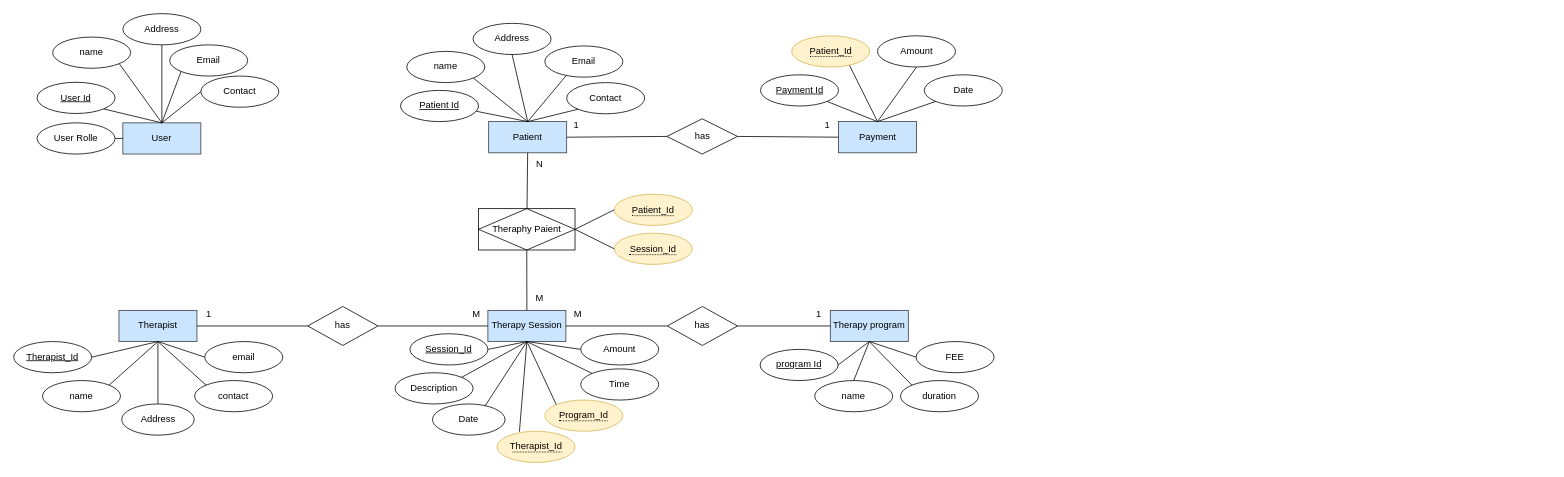
Earlier version of the draw.io diagram src/main/resources/ERDiagrem/Er For Hibernate.drawio (Dinuka0512/TheMentalTheraphyHelthFinal). Source tidied: cells renumbered, new cells numbered last; positions are measured from the earlier drawing's top-left corner, leaving out a move shared by most shapes. Both pictures are drawn from the tidied source at 78%, with x=0, y=0 at pixel (13, 13).
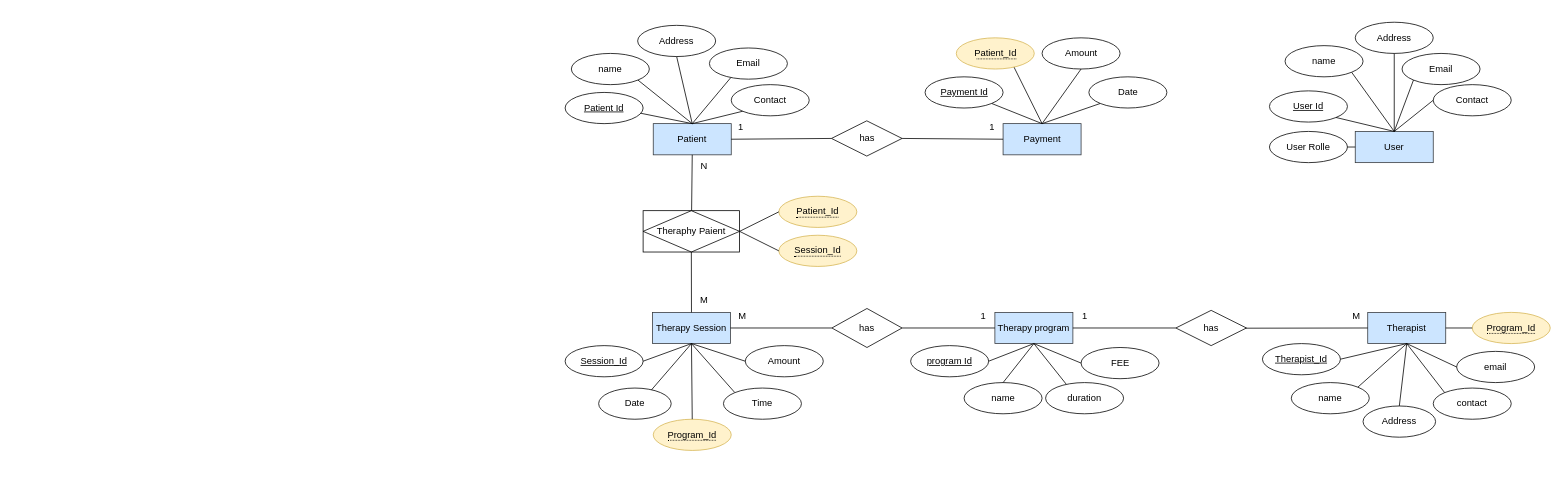
After the change.

Commit message (it also covers changes not shown here):
Changed the ER And Entity Classes

What changed in the source:
```diff
@@
     <mxCell id="2" value="User" style="whiteSpace=wrap;html=1;align=center;fillColor=#cce5ff;strokeColor=#36393d;" parent="1" vertex="1">
-      <mxGeometry x="140" y="140" width="100" height="40" as="geometry" />
+      <mxGeometry x="1720" y="151" width="100" height="40" as="geometry" />
     </mxCell>
     <mxCell id="3" value="name" style="ellipse;whiteSpace=wrap;html=1;align=center;" parent="1" vertex="1">
-      <mxGeometry x="50" y="30" width="100" height="40" as="geometry" />
+      <mxGeometry x="1630" y="41" width="100" height="40" as="geometry" />
     </mxCell>
     <mxCell id="4" value="Address" style="ellipse;whiteSpace=wrap;html=1;align=center;" parent="1" vertex="1">
-      <mxGeometry x="140" width="100" height="40" as="geometry" />
+      <mxGeometry x="1720" y="11" width="100" height="40" as="geometry" />
     </mxCell>
     <mxCell id="5" value="Email" style="ellipse;whiteSpace=wrap;html=1;align=center;" parent="1" vertex="1">
-      <mxGeometry x="200" y="40" width="100" height="40" as="geometry" />
+      <mxGeometry x="1780" y="51" width="100" height="40" as="geometry" />
     </mxCell>
     <mxCell id="6" value="Contact" style="ellipse;whiteSpace=wrap;html=1;align=center;" parent="1" vertex="1">
-      <mxGeometry x="240" y="80" width="100" height="40" as="geometry" />
+      <mxGeometry x="1820" y="91" width="100" height="40" as="geometry" />
     </mxCell>
     <mxCell id="7" value="User Id" style="ellipse;whiteSpace=wrap;html=1;align=center;fontStyle=4;" parent="1" vertex="1">
-      <mxGeometry x="30" y="88" width="100" height="40" as="geometry" />
+      <mxGeometry x="1610" y="99" width="100" height="40" as="geometry" />
     </mxCell>
@@
     <mxCell id="13" value="Patient" style="whiteSpace=wrap;html=1;align=center;fillColor=#cce5ff;strokeColor=#36393d;" parent="1" vertex="1">
-      <mxGeometry x="609" y="138.4" width="100" height="40" as="geometry" />
+      <mxGeometry x="820" y="141" width="100" height="40" as="geometry" />
     </mxCell>
     <mxCell id="14" value="name" style="ellipse;whiteSpace=wrap;html=1;align=center;" parent="1" vertex="1">
-      <mxGeometry x="504" y="48.4" width="100" height="40" as="geometry" />
+      <mxGeometry x="715" y="51" width="100" height="40" as="geometry" />
     </mxCell>
     <mxCell id="15" value="Address" style="ellipse;whiteSpace=wrap;html=1;align=center;" parent="1" vertex="1">
-      <mxGeometry x="589" y="12.4" width="100" height="40" as="geometry" />
+      <mxGeometry x="800" y="15" width="100" height="40" as="geometry" />
     </mxCell>
     <mxCell id="16" value="Email" style="ellipse;whiteSpace=wrap;html=1;align=center;" parent="1" vertex="1">
-      <mxGeometry x="681" y="41.4" width="100" height="40" as="geometry" />
+      <mxGeometry x="892" y="44" width="100" height="40" as="geometry" />
     </mxCell>
     <mxCell id="17" value="Contact" style="ellipse;whiteSpace=wrap;html=1;align=center;" parent="1" vertex="1">
-      <mxGeometry x="709" y="88.4" width="100" height="40" as="geometry" />
+      <mxGeometry x="920" y="91" width="100" height="40" as="geometry" />
     </mxCell>
     <mxCell id="18" value="Patient&amp;nbsp;Id" style="ellipse;whiteSpace=wrap;html=1;align=center;fontStyle=4;" parent="1" vertex="1">
-      <mxGeometry x="496" y="98.4" width="100" height="40" as="geometry" />
+      <mxGeometry x="707" y="101" width="100" height="40" as="geometry" />
     </mxCell>
@@
     <mxCell id="24" value="Therapy program" style="whiteSpace=wrap;html=1;align=center;fillColor=#cce5ff;strokeColor=#36393d;" parent="1" vertex="1">
-      <mxGeometry x="1047" y="380.4" width="100" height="40" as="geometry" />
+      <mxGeometry x="1258" y="383" width="100" height="40" as="geometry" />
     </mxCell>
     <mxCell id="25" value="program Id" style="ellipse;whiteSpace=wrap;html=1;align=center;fontStyle=4;" parent="1" vertex="1">
-      <mxGeometry x="957" y="430.4" width="100" height="40" as="geometry" />
+      <mxGeometry x="1150" y="425.6" width="100" height="40" as="geometry" />
     </mxCell>
     <mxCell id="26" value="name" style="ellipse;whiteSpace=wrap;html=1;align=center;" parent="1" vertex="1">
-      <mxGeometry x="1027" y="470.4" width="100" height="40" as="geometry" />
+      <mxGeometry x="1218.5" y="473" width="100" height="40" as="geometry" />
     </mxCell>
     <mxCell id="27" value="duration" style="ellipse;whiteSpace=wrap;html=1;align=center;" parent="1" vertex="1">
-      <mxGeometry x="1137" y="470.4" width="100" height="40" as="geometry" />
+      <mxGeometry x="1323" y="473" width="100" height="40" as="geometry" />
     </mxCell>
     <mxCell id="28" value="FEE" style="ellipse;whiteSpace=wrap;html=1;align=center;" parent="1" vertex="1">
-      <mxGeometry x="1157" y="420.4" width="100" height="40" as="geometry" />
+      <mxGeometry x="1368.5" y="428" width="100" height="40" as="geometry" />
     </mxCell>
@@
-    <mxCell id="31" style="endArrow=none;html=1;rounded=0;entryX=0.5;entryY=1;entryDx=0;entryDy=0;exitX=0;exitY=0;exitDx=0;exitDy=0;" parent="1" edge="1" source="27" target="24">
+    <mxCell id="31" style="endArrow=none;html=1;rounded=0;entryX=0.5;entryY=1;entryDx=0;entryDy=0;exitX=0.263;exitY=0.046;exitDx=0;exitDy=0;exitPerimeter=0;" parent="1" edge="1" source="27" target="24">
       <mxGeometry relative="1" as="geometry" />
     </mxCell>
@@
     <mxCell id="33" value="1" style="text;html=1;align=center;verticalAlign=middle;strokeColor=none;fillColor=none;" parent="1" vertex="1">
-      <mxGeometry x="706" y="128.4" width="30" height="30" as="geometry" />
+      <mxGeometry x="917" y="131" width="30" height="30" as="geometry" />
     </mxCell>
     <mxCell id="34" value="Therapist" style="whiteSpace=wrap;html=1;align=center;fillColor=#cce5ff;strokeColor=#36393d;" parent="1" vertex="1">
-      <mxGeometry x="135" y="380.4" width="100" height="40" as="geometry" />
+      <mxGeometry x="1736" y="383" width="100" height="40" as="geometry" />
     </mxCell>
     <mxCell id="35" value="Therapist_Id" style="ellipse;whiteSpace=wrap;html=1;align=center;fontStyle=4;" parent="1" vertex="1">
-      <mxGeometry y="420.4" width="100" height="40" as="geometry" />
+      <mxGeometry x="1601" y="423" width="100" height="40" as="geometry" />
     </mxCell>
     <mxCell id="36" value="name" style="ellipse;whiteSpace=wrap;html=1;align=center;" parent="1" vertex="1">
-      <mxGeometry x="37" y="470.4" width="100" height="40" as="geometry" />
+      <mxGeometry x="1638" y="473" width="100" height="40" as="geometry" />
     </mxCell>
     <mxCell id="37" value="Address" style="ellipse;whiteSpace=wrap;html=1;align=center;" parent="1" vertex="1">
-      <mxGeometry x="138.5" y="500.4" width="93" height="40" as="geometry" />
+      <mxGeometry x="1730" y="503" width="93" height="40" as="geometry" />
     </mxCell>
     <mxCell id="38" value="email" style="ellipse;whiteSpace=wrap;html=1;align=center;" parent="1" vertex="1">
-      <mxGeometry x="245" y="420.4" width="100" height="40" as="geometry" />
+      <mxGeometry x="1850" y="433" width="100" height="40" as="geometry" />
     </mxCell>
     <mxCell id="39" value="contact" style="ellipse;whiteSpace=wrap;html=1;align=center;" parent="1" vertex="1">
-      <mxGeometry x="232" y="470.4" width="100" height="40" as="geometry" />
+      <mxGeometry x="1820" y="480" width="100" height="40" as="geometry" />
     </mxCell>
@@
     <mxCell id="44" style="endArrow=none;html=1;rounded=0;entryX=1;entryY=0;entryDx=0;entryDy=0;" parent="1" edge="1" target="36">
       <mxGeometry relative="1" as="geometry">
-        <mxPoint x="185" y="420.4" as="sourcePoint" />
+        <mxPoint x="1786" y="423" as="sourcePoint" />
       </mxGeometry>
     </mxCell>
     <mxCell id="45" value="Payment" style="whiteSpace=wrap;html=1;align=center;fillColor=#cce5ff;strokeColor=#36393d;" parent="1" vertex="1">
-      <mxGeometry x="1057.5" y="138.4" width="100" height="40" as="geometry" />
+      <mxGeometry x="1268.5" y="141" width="100" height="40" as="geometry" />
     </mxCell>
     <mxCell id="46" value="Amount" style="ellipse;whiteSpace=wrap;html=1;align=center;" parent="1" vertex="1">
-      <mxGeometry x="1107.5" y="28.4" width="100" height="40" as="geometry" />
+      <mxGeometry x="1318.5" y="31" width="100" height="40" as="geometry" />
     </mxCell>
     <mxCell id="47" value="Date" style="ellipse;whiteSpace=wrap;html=1;align=center;" parent="1" vertex="1">
-      <mxGeometry x="1167.5" y="78.4" width="100" height="40" as="geometry" />
+      <mxGeometry x="1378.5" y="81" width="100" height="40" as="geometry" />
     </mxCell>
     <mxCell id="48" value="Payment Id" style="ellipse;whiteSpace=wrap;html=1;align=center;fontStyle=4;" parent="1" vertex="1">
-      <mxGeometry x="957.5" y="78.4" width="100" height="40" as="geometry" />
+      <mxGeometry x="1168.5" y="81" width="100" height="40" as="geometry" />
     </mxCell>
@@
     <mxCell id="53" value="&lt;span style=&quot;border-bottom: 1px dotted&quot;&gt;Patient_Id&lt;/span&gt;" style="ellipse;whiteSpace=wrap;html=1;align=center;fillColor=#fff2cc;strokeColor=#d6b656;" parent="1" vertex="1">
-      <mxGeometry x="997.5" y="28.4" width="100" height="40" as="geometry" />
+      <mxGeometry x="1208.5" y="31" width="100" height="40" as="geometry" />
     </mxCell>
@@
     <mxCell id="55" value="has" style="shape=rhombus;perimeter=rhombusPerimeter;whiteSpace=wrap;html=1;align=center;" parent="1" vertex="1">
-      <mxGeometry x="837.5" y="134.8" width="90.5" height="45.2" as="geometry" />
+      <mxGeometry x="1048.5" y="137.4" width="90.5" height="45.2" as="geometry" />
     </mxCell>
@@
     <mxCell id="57" value="1" style="text;html=1;align=center;verticalAlign=middle;strokeColor=none;fillColor=none;" parent="1" vertex="1">
-      <mxGeometry x="1027.5" y="128.4" width="30" height="30" as="geometry" />
+      <mxGeometry x="1238.5" y="131" width="30" height="30" as="geometry" />
     </mxCell>
     <mxCell id="58" value="User Rolle" style="ellipse;whiteSpace=wrap;html=1;align=center;" parent="1" vertex="1">
-      <mxGeometry x="30" y="140" width="100" height="40" as="geometry" />
+      <mxGeometry x="1610" y="151" width="100" height="40" as="geometry" />
     </mxCell>
@@
     <mxCell id="60" value="Therapy Session" style="whiteSpace=wrap;html=1;align=center;fillColor=#cce5ff;strokeColor=#36393d;" parent="1" vertex="1">
-      <mxGeometry x="608" y="380.4" width="100" height="40" as="geometry" />
+      <mxGeometry x="819" y="383" width="100" height="40" as="geometry" />
     </mxCell>
     <mxCell id="61" value="Session&lt;span style=&quot;background-color: transparent; color: light-dark(rgb(0, 0, 0), rgb(255, 255, 255));&quot;&gt;_Id&lt;/span&gt;" style="ellipse;whiteSpace=wrap;html=1;align=center;fontStyle=4;" parent="1" vertex="1">
-      <mxGeometry x="508" y="410.4" width="100" height="40" as="geometry" />
+      <mxGeometry x="707" y="425.6" width="100" height="40" as="geometry" />
     </mxCell>
@@
-    <mxCell id="63" value="Description" style="ellipse;whiteSpace=wrap;html=1;align=center;" parent="1" vertex="1">
-      <mxGeometry x="489" y="460.4" width="100" height="40" as="geometry" />
-    </mxCell>
-    <mxCell id="64" style="endArrow=none;html=1;rounded=0;entryX=1;entryY=0;entryDx=0;entryDy=0;exitX=0.5;exitY=1;exitDx=0;exitDy=0;" parent="1" edge="1" source="60" target="63">
-      <mxGeometry relative="1" as="geometry" />
-    </mxCell>
@@
     <mxCell id="66" value="Date" style="ellipse;whiteSpace=wrap;html=1;align=center;" parent="1" vertex="1">
-      <mxGeometry x="537" y="500.4" width="93" height="40" as="geometry" />
+      <mxGeometry x="750" y="480" width="93" height="40" as="geometry" />
     </mxCell>
@@
     <mxCell id="68" value="Time" style="ellipse;whiteSpace=wrap;html=1;align=center;" parent="1" vertex="1">
-      <mxGeometry x="727" y="455.4" width="100" height="40" as="geometry" />
+      <mxGeometry x="910" y="480" width="100" height="40" as="geometry" />
     </mxCell>
     <mxCell id="69" value="Amount" style="ellipse;whiteSpace=wrap;html=1;align=center;" parent="1" vertex="1">
-      <mxGeometry x="727" y="410.4" width="100" height="40" as="geometry" />
+      <mxGeometry x="938" y="425.6" width="100" height="40" as="geometry" />
     </mxCell>
@@
-    <mxCell id="71" value="has" style="shape=rhombus;perimeter=rhombusPerimeter;whiteSpace=wrap;html=1;align=center;" parent="1" vertex="1">
-      <mxGeometry x="377" y="375.4" width="90" height="50" as="geometry" />
-    </mxCell>
-    <mxCell id="72" style="endArrow=none;html=1;rounded=0;entryX=0;entryY=0.5;entryDx=0;entryDy=0;exitX=1;exitY=0.5;exitDx=0;exitDy=0;" parent="1" edge="1" source="71" target="60">
-      <mxGeometry relative="1" as="geometry" />
-    </mxCell>
-    <mxCell id="73" style="endArrow=none;html=1;rounded=0;entryX=1;entryY=0.5;entryDx=0;entryDy=0;exitX=0;exitY=0.5;exitDx=0;exitDy=0;" parent="1" edge="1" source="71" target="34">
-      <mxGeometry relative="1" as="geometry" />
-    </mxCell>
-    <mxCell id="74" value="1" style="text;html=1;align=center;verticalAlign=middle;strokeColor=none;fillColor=none;" parent="1" vertex="1">
-      <mxGeometry x="235" y="370.4" width="30" height="30" as="geometry" />
-    </mxCell>
-    <mxCell id="75" value="M" style="text;html=1;align=center;verticalAlign=middle;strokeColor=none;fillColor=none;" parent="1" vertex="1">
-      <mxGeometry x="578" y="370.4" width="30" height="30" as="geometry" />
-    </mxCell>
     <mxCell id="76" value="has" style="shape=rhombus;perimeter=rhombusPerimeter;whiteSpace=wrap;html=1;align=center;" parent="1" vertex="1">
-      <mxGeometry x="838" y="375.4" width="90" height="50" as="geometry" />
+      <mxGeometry x="1049" y="378" width="90" height="50" as="geometry" />
     </mxCell>
@@
     <mxCell id="79" value="M" style="text;html=1;align=center;verticalAlign=middle;strokeColor=none;fillColor=none;" parent="1" vertex="1">
-      <mxGeometry x="708" y="370.4" width="30" height="30" as="geometry" />
+      <mxGeometry x="919" y="373" width="30" height="30" as="geometry" />
     </mxCell>
     <mxCell id="80" value="1" style="text;html=1;align=center;verticalAlign=middle;strokeColor=none;fillColor=none;" parent="1" vertex="1">
-      <mxGeometry x="1017" y="370.4" width="30" height="30" as="geometry" />
+      <mxGeometry x="1228" y="373" width="30" height="30" as="geometry" />
     </mxCell>
@@
     <mxCell id="83" value="M" style="text;html=1;align=center;verticalAlign=middle;strokeColor=none;fillColor=none;" parent="1" vertex="1">
-      <mxGeometry x="659" y="350.4" width="30" height="30" as="geometry" />
+      <mxGeometry x="870" y="353" width="30" height="30" as="geometry" />
     </mxCell>
     <mxCell id="84" value="N" style="text;html=1;align=center;verticalAlign=middle;strokeColor=none;fillColor=none;" parent="1" vertex="1">
-      <mxGeometry x="659" y="178.4" width="30" height="30" as="geometry" />
+      <mxGeometry x="870" y="181" width="30" height="30" as="geometry" />
     </mxCell>
-    <mxCell id="85" style="edgeStyle=orthogonalEdgeStyle;rounded=0;orthogonalLoop=1;jettySize=auto;html=1;exitX=0.5;exitY=1;exitDx=0;exitDy=0;" parent="1" edge="1" source="63" target="63">
-      <mxGeometry relative="1" as="geometry" />
+    <mxCell id="85" style="edgeStyle=orthogonalEdgeStyle;rounded=0;orthogonalLoop=1;jettySize=auto;html=1;exitX=0.5;exitY=1;exitDx=0;exitDy=0;" parent="1" edge="1">
+      <mxGeometry relative="1" as="geometry">
+        <mxPoint x="730" y="500" as="sourcePoint" />
+        <mxPoint x="730" y="500" as="targetPoint" />
+      </mxGeometry>
     </mxCell>
     <mxCell id="86" value="&lt;span style=&quot;border-bottom: 1px dotted&quot;&gt;Program_Id&lt;/span&gt;" style="ellipse;whiteSpace=wrap;html=1;align=center;fillColor=#fff2cc;strokeColor=#d6b656;" parent="1" vertex="1">
-      <mxGeometry x="681" y="495.4" width="100" height="40" as="geometry" />
+      <mxGeometry x="820" y="520" width="100" height="40" as="geometry" />
     </mxCell>
-    <mxCell id="87" value="&lt;span style=&quot;border-bottom: 1px dotted&quot;&gt;Therapist_Id&lt;/span&gt;" style="ellipse;whiteSpace=wrap;html=1;align=center;fillColor=#fff2cc;strokeColor=#d6b656;" parent="1" vertex="1">
-      <mxGeometry x="619.7" y="535.4" width="100" height="40" as="geometry" />
-    </mxCell>
-    <mxCell id="88" style="endArrow=none;html=1;rounded=0;entryX=0;entryY=0;entryDx=0;entryDy=0;exitX=0.5;exitY=1;exitDx=0;exitDy=0;" parent="1" edge="1" source="60" target="86">
+    <mxCell id="88" style="endArrow=none;html=1;rounded=0;entryX=0.5;entryY=0;entryDx=0;entryDy=0;exitX=0.5;exitY=1;exitDx=0;exitDy=0;" parent="1" edge="1" source="60" target="86">
       <mxGeometry relative="1" as="geometry" />
     </mxCell>
-    <mxCell id="89" style="endArrow=none;html=1;rounded=0;entryX=0.287;entryY=0.017;entryDx=0;entryDy=0;exitX=0.5;exitY=1;exitDx=0;exitDy=0;entryPerimeter=0;" parent="1" edge="1" source="60" target="87">
-      <mxGeometry relative="1" as="geometry" />
-    </mxCell>
     <mxCell id="90" value="Theraphy Paient" style="shape=associativeEntity;whiteSpace=wrap;html=1;align=center;" parent="1" vertex="1">
-      <mxGeometry x="596" y="250" width="123.7" height="53" as="geometry" />
+      <mxGeometry x="807" y="252.6" width="123.7" height="53" as="geometry" />
     </mxCell>
     <mxCell id="91" value="&lt;span style=&quot;border-bottom: 1px dotted&quot;&gt;Patient_Id&lt;/span&gt;" style="ellipse;whiteSpace=wrap;html=1;align=center;fillColor=#fff2cc;strokeColor=#d6b656;" parent="1" vertex="1">
-      <mxGeometry x="770" y="231.5" width="100" height="40" as="geometry" />
+      <mxGeometry x="981" y="234.1" width="100" height="40" as="geometry" />
     </mxCell>
     <mxCell id="92" value="&lt;span style=&quot;border-bottom: 1px dotted&quot;&gt;Session_Id&lt;/span&gt;" style="ellipse;whiteSpace=wrap;html=1;align=center;fillColor=#fff2cc;strokeColor=#d6b656;" parent="1" vertex="1">
-      <mxGeometry x="770" y="281.5" width="100" height="40" as="geometry" />
+      <mxGeometry x="981" y="284.1" width="100" height="40" as="geometry" />
     </mxCell>
@@
+    <mxCell id="95" style="endArrow=none;html=1;rounded=0;exitX=0;exitY=0.5;exitDx=0;exitDy=0;entryX=0.977;entryY=0.506;entryDx=0;entryDy=0;entryPerimeter=0;" parent="1" edge="1" source="34" target="71">
+      <mxGeometry relative="1" as="geometry" />
+    </mxCell>
+    <mxCell id="96" style="endArrow=none;html=1;rounded=0;exitX=1;exitY=0.5;exitDx=0;exitDy=0;entryX=0;entryY=0.5;entryDx=0;entryDy=0;" parent="1" edge="1" source="24" target="71">
+      <mxGeometry relative="1" as="geometry" />
+    </mxCell>
+    <mxCell id="71" value="has" style="shape=rhombus;perimeter=rhombusPerimeter;whiteSpace=wrap;html=1;align=center;" parent="1" vertex="1">
+      <mxGeometry x="1490" y="380.4" width="90.5" height="45.2" as="geometry" />
+    </mxCell>
+    <mxCell id="74" value="1" style="text;html=1;align=center;verticalAlign=middle;strokeColor=none;fillColor=none;" parent="1" vertex="1">
+      <mxGeometry x="1358" y="373" width="30" height="30" as="geometry" />
+    </mxCell>
+    <mxCell id="75" value="M" style="text;html=1;align=center;verticalAlign=middle;strokeColor=none;fillColor=none;" parent="1" vertex="1">
+      <mxGeometry x="1706" y="373" width="30" height="30" as="geometry" />
+    </mxCell>
+    <mxCell id="97" value="&lt;span style=&quot;border-bottom: 1px dotted&quot;&gt;Program_Id&lt;/span&gt;" style="ellipse;whiteSpace=wrap;html=1;align=center;fillColor=#fff2cc;strokeColor=#d6b656;" parent="1" vertex="1">
+      <mxGeometry x="1870" y="383" width="100" height="40" as="geometry" />
+    </mxCell>
+    <mxCell id="98" style="endArrow=none;html=1;rounded=0;entryX=0;entryY=0.5;entryDx=0;entryDy=0;exitX=1;exitY=0.5;exitDx=0;exitDy=0;" parent="1" edge="1" source="34" target="97">
+      <mxGeometry relative="1" as="geometry" />
+    </mxCell>
```
